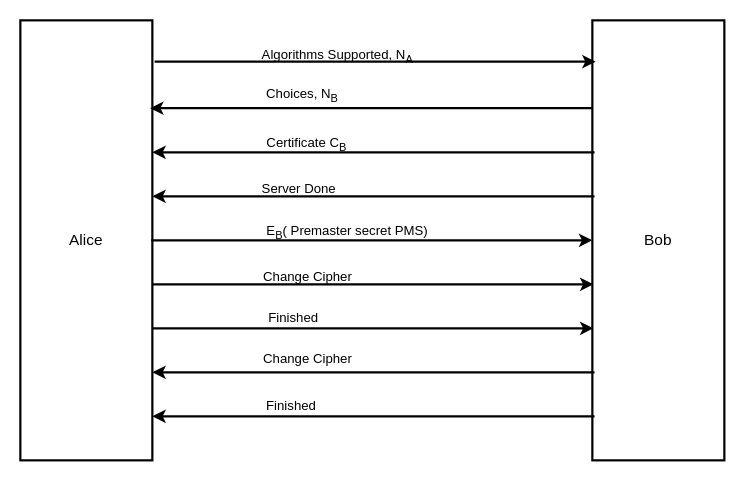
Above: ssl.drawio in mzndnes/tic (draw.io), before the change. Source tidied: cells renumbered, new cells numbered last; positions are measured from the earlier drawing's top-left corner, leaving out a move shared by most shapes. Both pictures are drawn from the tidied source at 110%, with x=0, y=0 at pixel (20, 20).
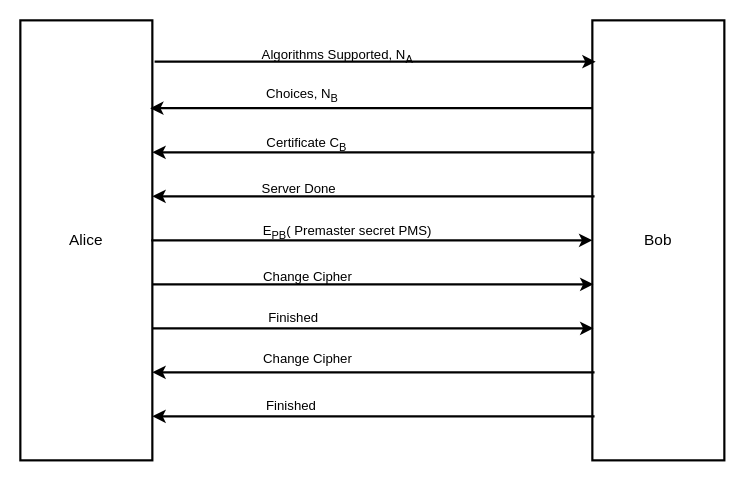
After the change.

The edit, as a diff of the source:
```diff
@@
-    <mxCell id="17" value="E&lt;sub&gt;B&lt;/sub&gt;( Premaster secret PMS)" style="text;html=1;align=center;verticalAlign=middle;strokeColor=none;fillColor=none;" parent="1" vertex="1">
-      <mxGeometry x="212" y="178" width="170" height="30" as="geometry" />
+    <mxCell id="17" value="E&lt;sub&gt;PB&lt;/sub&gt;( Premaster secret PMS)" style="text;html=1;align=center;verticalAlign=middle;strokeColor=none;fillColor=none;" parent="1" vertex="1">
+      <mxGeometry x="207" y="178" width="180" height="30" as="geometry" />
     </mxCell>
```
